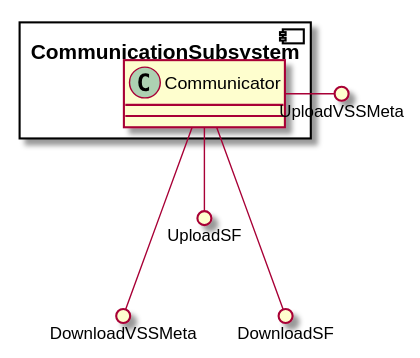
The PlantUML diagram 设计/Diagrams/CommunicationSubsystemClassDiagram.svg in kpp19920121/doc, before a commit.
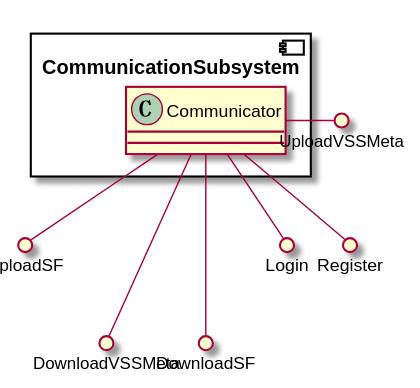
Later version of the same file.

The edit, as a diff of the source:
```diff
@@ -5,7 +5,9 @@
     }
 }
 Communicator -() UploadVSSMeta
+Communicator --() UploadSF
 Communicator ---() DownloadVSSMeta
-Communicator --() UploadSF
 Communicator ---() DownloadSF
+Communicator --() Login
+Communicator --() Register
 @enduml
```
